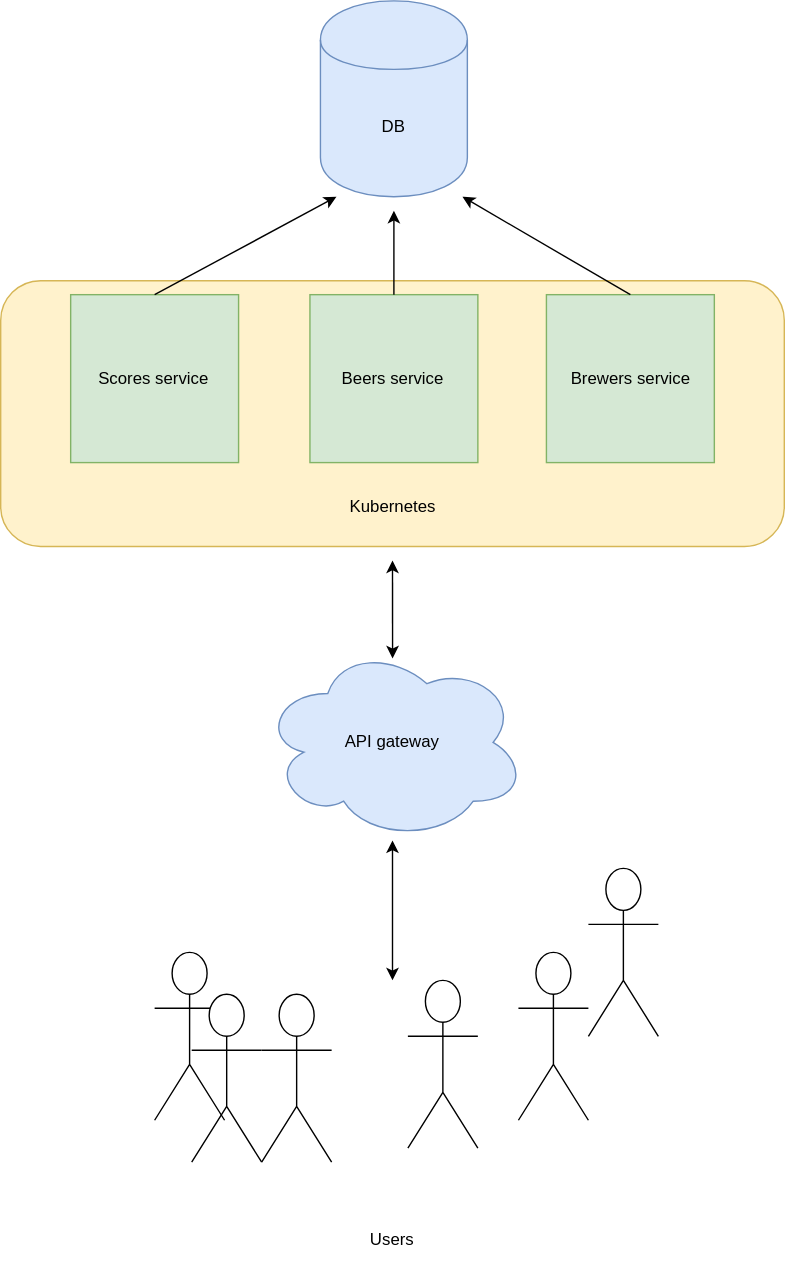
Before: rso.svg, a diagram exported from draw.io (denisvitez/rso-docs). Source tidied: cells renumbered, new cells last; positions are measured from the earlier drawing's top-left corner, leaving out a move shared by most shapes.
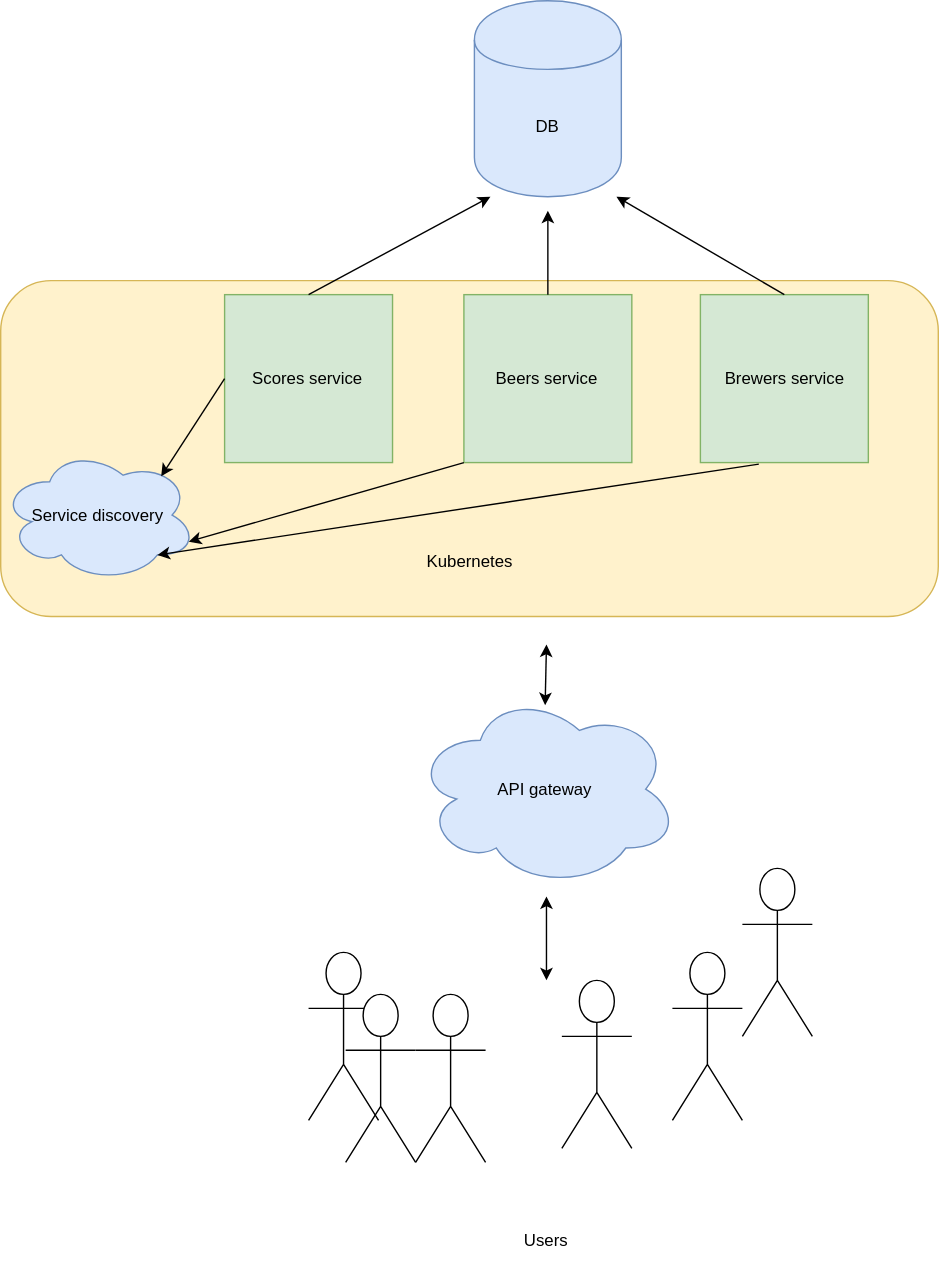
The same file after the commit.

Commit message:
Updated architecture scheme.

Change to the diagram source:
```diff
@@ -2,8 +2,8 @@
   <root>
     <mxCell id="0" />
     <mxCell id="1" parent="0" />
-    <mxCell id="2" value="&lt;br&gt;&lt;br&gt;&lt;br&gt;&lt;br&gt;&lt;br&gt;&lt;br&gt;&lt;br&gt;&lt;br&gt;&lt;br&gt;Kubernetes" style="rounded=1;whiteSpace=wrap;html=1;fillColor=#fff2cc;strokeColor=#d6b656;" parent="1" vertex="1">
-      <mxGeometry y="200" width="560" height="190" as="geometry" />
+    <mxCell id="2" value="&lt;br&gt;&lt;br&gt;&lt;br&gt;&lt;br&gt;&lt;br&gt;&lt;br&gt;&lt;br&gt;&lt;br&gt;&lt;br&gt;&lt;br&gt;&lt;br&gt;Kubernetes" style="rounded=1;whiteSpace=wrap;html=1;fillColor=#fff2cc;strokeColor=#d6b656;" parent="1" vertex="1">
+      <mxGeometry x="-110" y="200" width="670" height="240" as="geometry" />
     </mxCell>
     <mxCell id="3" value="Scores service" style="whiteSpace=wrap;html=1;fillColor=#d5e8d4;strokeColor=#82b366;" parent="1" vertex="1">
       <mxGeometry x="50" y="210" width="120" height="120" as="geometry" />
@@ -33,7 +33,7 @@
       </mxGeometry>
     </mxCell>
     <mxCell id="10" value="API gateway" style="ellipse;shape=cloud;whiteSpace=wrap;html=1;fillColor=#dae8fc;strokeColor=#6c8ebf;" parent="1" vertex="1">
-      <mxGeometry x="186.5" y="460" width="189" height="140" as="geometry" />
+      <mxGeometry x="185.5" y="493.4" width="189" height="140" as="geometry" />
     </mxCell>
     <mxCell id="11" value="&lt;br&gt;" style="shape=umlActor;verticalLabelPosition=bottom;labelBackgroundColor=#ffffff;verticalAlign=top;html=1;" parent="1" vertex="1">
       <mxGeometry x="110" y="680" width="50" height="120" as="geometry" />
@@ -55,17 +55,29 @@
     </mxCell>
     <mxCell id="17" style="endArrow=classic;startArrow=classic;html=1;exitX=0.495;exitY=0.071;exitDx=0;exitDy=0;exitPerimeter=0;" parent="1" edge="1" source="10">
       <mxGeometry relative="1" as="geometry">
-        <mxPoint x="280" y="400" as="targetPoint" />
+        <mxPoint x="280" y="460" as="targetPoint" />
       </mxGeometry>
     </mxCell>
     <mxCell id="18" style="endArrow=classic;startArrow=classic;html=1;" parent="1" edge="1">
       <mxGeometry relative="1" as="geometry">
         <mxPoint x="280" y="700" as="sourcePoint" />
-        <mxPoint x="280" y="600" as="targetPoint" />
+        <mxPoint x="280" y="640" as="targetPoint" />
       </mxGeometry>
     </mxCell>
     <mxCell id="19" value="Users" style="text;html=1;strokeColor=none;fillColor=none;align=center;verticalAlign=middle;whiteSpace=wrap;rounded=0;" parent="1" vertex="1">
       <mxGeometry x="215" y="860" width="130" height="50" as="geometry" />
     </mxCell>
+    <mxCell id="20" value="Service discovery" style="ellipse;shape=cloud;whiteSpace=wrap;html=1;fillColor=#dae8fc;strokeColor=#6c8ebf;" parent="1" vertex="1">
+      <mxGeometry x="-110" y="320" width="140" height="95" as="geometry" />
+    </mxCell>
+    <mxCell id="21" style="endArrow=classic;html=1;exitX=0;exitY=0.5;exitDx=0;exitDy=0;entryX=0.819;entryY=0.209;entryDx=0;entryDy=0;entryPerimeter=0;" parent="1" edge="1" source="3" target="20">
+      <mxGeometry relative="1" as="geometry" />
+    </mxCell>
+    <mxCell id="22" style="endArrow=classic;html=1;entryX=0.96;entryY=0.7;entryDx=0;entryDy=0;entryPerimeter=0;exitX=0;exitY=1;exitDx=0;exitDy=0;" parent="1" edge="1" source="5" target="20">
+      <mxGeometry relative="1" as="geometry" />
+    </mxCell>
+    <mxCell id="23" style="endArrow=classic;html=1;entryX=0.8;entryY=0.8;entryDx=0;entryDy=0;entryPerimeter=0;exitX=0.348;exitY=1.009;exitDx=0;exitDy=0;exitPerimeter=0;" parent="1" edge="1" source="6" target="20">
+      <mxGeometry relative="1" as="geometry" />
+    </mxCell>
   </root>
 </mxGraphModel>
```
